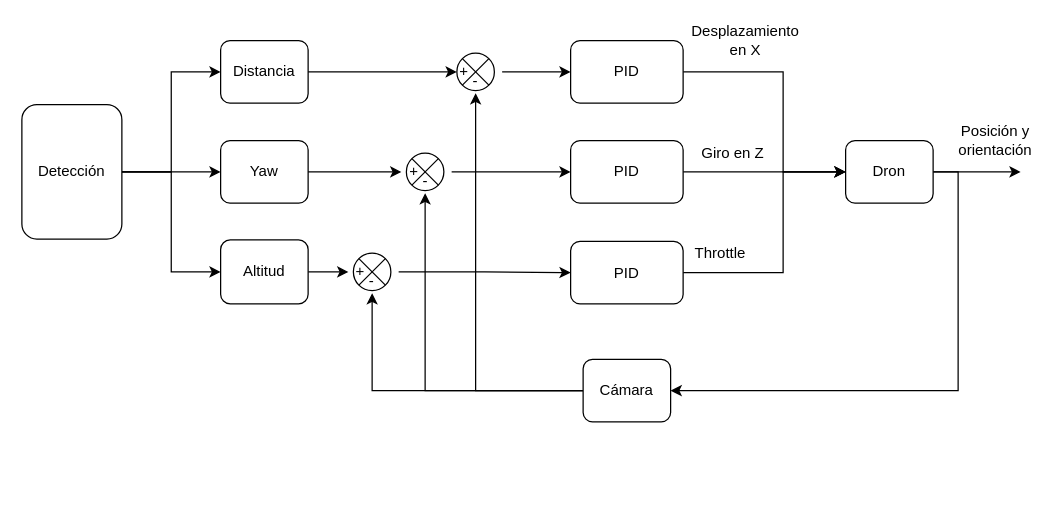
Above: page "control" (3 of 3) of complementos/Diagrama sin título.drawio in 0-0REL/Dron (draw.io), before the change. Source tidied: cells renumbered, new cells numbered last; positions are measured from the earlier drawing's top-left corner, leaving out a move shared by most shapes. Both pictures are drawn from the tidied source at 125%, with x=0, y=0 at pixel (21, 21).
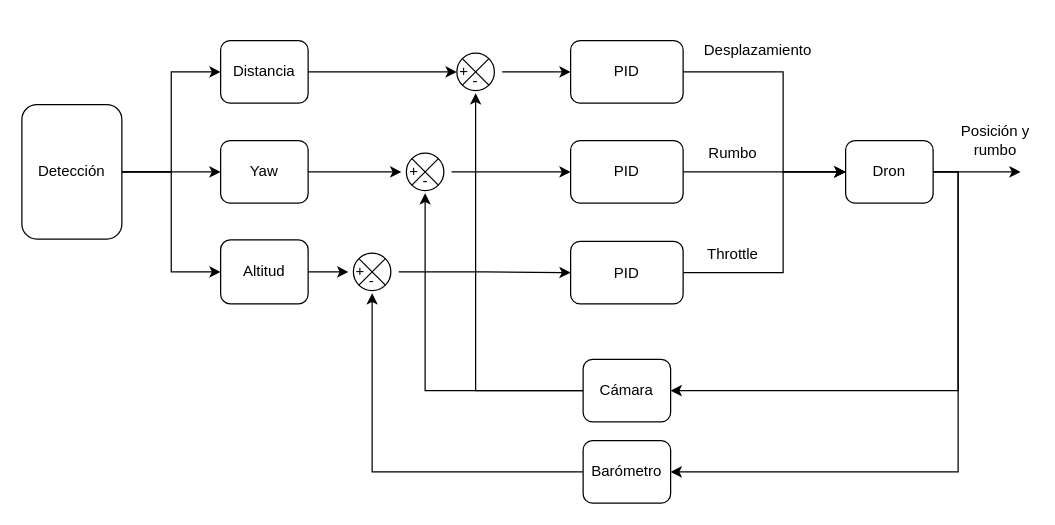
Above is the later version.

Unchanged cells that the change refers to:
```xml
<mxCell id="27" value="-" style="text;html=1;align=center;verticalAlign=middle;whiteSpace=wrap;rounded=0;" parent="24" vertex="1">
  <mxGeometry x="10.2" y="20.2" width="22" height="18" as="geometry" />
</mxCell>
<mxCell id="32" value="Cámara" style="rounded=1;whiteSpace=wrap;html=1;" parent="1" vertex="1">
  <mxGeometry x="449" y="270" width="70" height="50" as="geometry" />
</mxCell>
```

The edit, as a diff of the source:
```diff
@@
-    <mxCell id="31" style="edgeStyle=orthogonalEdgeStyle;rounded=0;jettySize=auto;html=1;entryX=0.5;entryY=1;entryDx=0;entryDy=0;" parent="1" edge="1" source="32" target="27">
-      <mxGeometry relative="1" as="geometry" />
-    </mxCell>
@@
+    <mxCell id="44" style="edgeStyle=orthogonalEdgeStyle;rounded=0;jettySize=auto;html=1;entryX=1;entryY=0.5;entryDx=0;entryDy=0;" parent="1" edge="1" target="46">
+      <mxGeometry relative="1" as="geometry">
+        <mxPoint x="730" y="120" as="sourcePoint" />
+        <Array as="points">
+          <mxPoint x="749" y="120" />
+          <mxPoint x="749" y="360" />
+        </Array>
+      </mxGeometry>
+    </mxCell>
@@
-    <mxCell id="36" value="Posición y orientación" style="text;html=1;align=center;verticalAlign=middle;whiteSpace=wrap;rounded=0;" parent="1" vertex="1">
+    <mxCell id="36" value="Posición y rumbo" style="text;html=1;align=center;verticalAlign=middle;whiteSpace=wrap;rounded=0;" parent="1" vertex="1">
       <mxGeometry x="749" y="80" width="60" height="30" as="geometry" />
     </mxCell>
-    <mxCell id="37" value="Desplazamiento en X" style="text;html=1;align=center;verticalAlign=middle;whiteSpace=wrap;rounded=0;" parent="1" vertex="1">
-      <mxGeometry x="529" width="100" height="30" as="geometry" />
+    <mxCell id="37" value="Desplazamiento" style="text;html=1;align=center;verticalAlign=middle;whiteSpace=wrap;rounded=0;" parent="1" vertex="1">
+      <mxGeometry x="539" y="8" width="100" height="30" as="geometry" />
     </mxCell>
-    <mxCell id="38" value="Giro en Z" style="text;html=1;align=center;verticalAlign=middle;whiteSpace=wrap;rounded=0;" parent="1" vertex="1">
+    <mxCell id="38" value="Rumbo" style="text;html=1;align=center;verticalAlign=middle;whiteSpace=wrap;rounded=0;" parent="1" vertex="1">
       <mxGeometry x="539" y="90" width="60" height="30" as="geometry" />
     </mxCell>
     <mxCell id="39" value="Throttle" style="text;html=1;align=center;verticalAlign=middle;whiteSpace=wrap;rounded=0;" parent="1" vertex="1">
-      <mxGeometry x="529" y="170" width="60" height="30" as="geometry" />
+      <mxGeometry x="539" y="173.8" width="60" height="24.2" as="geometry" />
     </mxCell>
@@
+    <mxCell id="45" style="edgeStyle=orthogonalEdgeStyle;rounded=0;jettySize=auto;html=1;entryX=0.5;entryY=1;entryDx=0;entryDy=0;" parent="1" edge="1" source="46" target="27">
+      <mxGeometry relative="1" as="geometry" />
+    </mxCell>
+    <mxCell id="46" value="Barómetro" style="rounded=1;whiteSpace=wrap;html=1;" parent="1" vertex="1">
+      <mxGeometry x="449" y="335" width="70" height="50" as="geometry" />
+    </mxCell>
```
